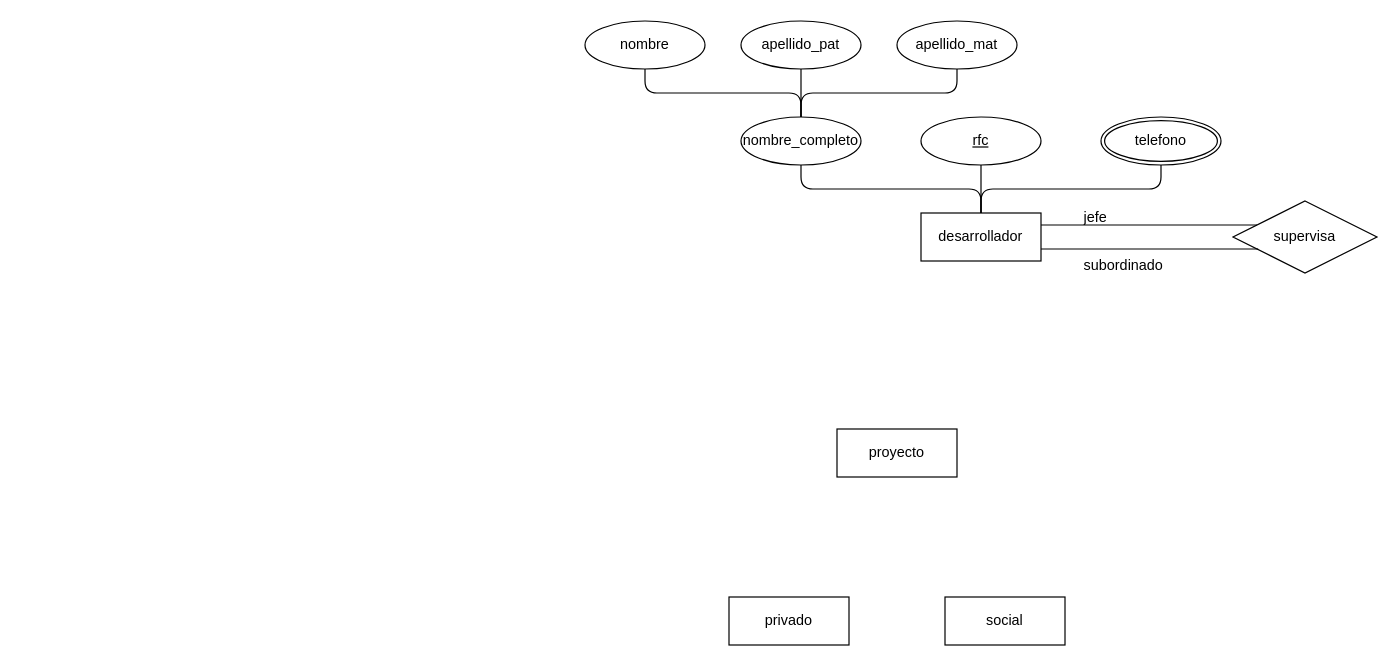
Before: Examen-Corte-2.drawio in xmr-p/DatabaseCharts, a draw.io diagram. Source tidied: cells renumbered, new cells numbered last; positions are measured from the earlier drawing's top-left corner, leaving out a move shared by most shapes. Both pictures are drawn from the tidied source at 120%, with x=0, y=0 at pixel (584, 20).
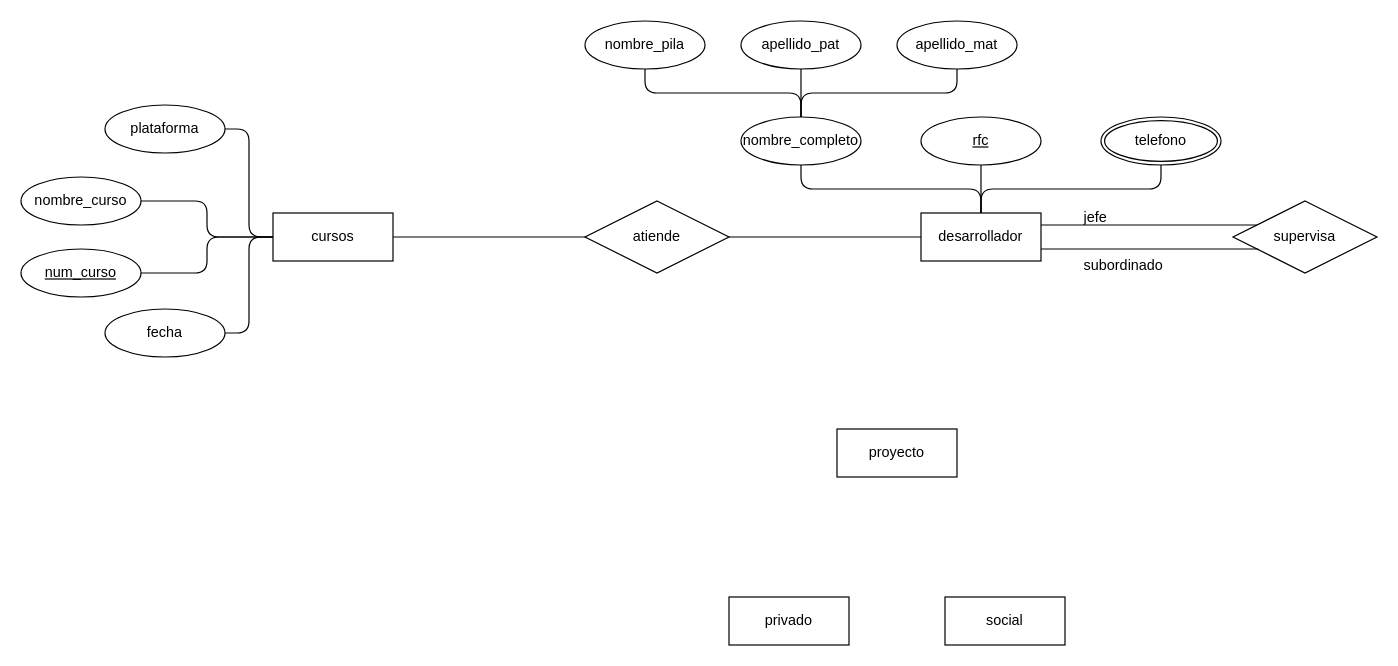
The same page after the edit.

The change refers to these unchanged cells:
```xml
<mxCell id="5" value="desarrollador" style="whiteSpace=wrap;html=1;align=center;" parent="1" vertex="1">
  <mxGeometry x="280" y="160" width="100" height="40" as="geometry" />
</mxCell>
```

What changed in the source:
```diff
@@
-    <mxCell id="15" value="nombre" style="ellipse;whiteSpace=wrap;html=1;align=center;" parent="1" vertex="1">
+    <mxCell id="15" value="nombre_pila" style="ellipse;whiteSpace=wrap;html=1;align=center;" parent="1" vertex="1">
       <mxGeometry width="100" height="40" as="geometry" />
     </mxCell>
@@
+    <mxCell id="23" style="edgeStyle=orthogonalEdgeStyle;rounded=1;jettySize=auto;html=1;exitX=1;exitY=0.5;exitDx=0;exitDy=0;entryX=0;entryY=0.5;entryDx=0;entryDy=0;curved=0;endArrow=none;endFill=0;" parent="1" edge="1" source="24" target="5">
+      <mxGeometry relative="1" as="geometry" />
+    </mxCell>
+    <mxCell id="24" value="atiende" style="shape=rhombus;perimeter=rhombusPerimeter;whiteSpace=wrap;html=1;align=center;" parent="1" vertex="1">
+      <mxGeometry y="150" width="120" height="60" as="geometry" />
+    </mxCell>
+    <mxCell id="25" style="edgeStyle=orthogonalEdgeStyle;rounded=1;jettySize=auto;html=1;exitX=1;exitY=0.5;exitDx=0;exitDy=0;entryX=0;entryY=0.5;entryDx=0;entryDy=0;curved=0;endArrow=none;endFill=0;" parent="1" edge="1" source="30" target="24">
+      <mxGeometry relative="1" as="geometry" />
+    </mxCell>
+    <mxCell id="26" style="edgeStyle=orthogonalEdgeStyle;rounded=1;jettySize=auto;html=1;exitX=0;exitY=0.5;exitDx=0;exitDy=0;entryX=1;entryY=0.5;entryDx=0;entryDy=0;curved=0;endArrow=none;endFill=0;" parent="1" edge="1" source="30" target="34">
+      <mxGeometry relative="1" as="geometry" />
+    </mxCell>
+    <mxCell id="27" style="edgeStyle=orthogonalEdgeStyle;rounded=1;jettySize=auto;html=1;exitX=0;exitY=0.5;exitDx=0;exitDy=0;entryX=1;entryY=0.5;entryDx=0;entryDy=0;curved=0;endArrow=none;endFill=0;" parent="1" edge="1" source="30" target="31">
+      <mxGeometry relative="1" as="geometry" />
+    </mxCell>
+    <mxCell id="28" style="edgeStyle=orthogonalEdgeStyle;rounded=1;jettySize=auto;html=1;exitX=0;exitY=0.5;exitDx=0;exitDy=0;entryX=1;entryY=0.5;entryDx=0;entryDy=0;curved=0;endArrow=none;endFill=0;" parent="1" edge="1" source="30" target="32">
+      <mxGeometry relative="1" as="geometry" />
+    </mxCell>
+    <mxCell id="29" style="edgeStyle=orthogonalEdgeStyle;rounded=1;jettySize=auto;html=1;exitX=0;exitY=0.5;exitDx=0;exitDy=0;entryX=1;entryY=0.5;entryDx=0;entryDy=0;curved=0;endArrow=none;endFill=0;" parent="1" edge="1" source="30" target="33">
+      <mxGeometry relative="1" as="geometry" />
+    </mxCell>
+    <mxCell id="30" value="cursos" style="whiteSpace=wrap;html=1;align=center;" parent="1" vertex="1">
+      <mxGeometry x="-260" y="160" width="100" height="40" as="geometry" />
+    </mxCell>
+    <mxCell id="31" value="num_curso" style="ellipse;whiteSpace=wrap;html=1;align=center;fontStyle=4;" parent="1" vertex="1">
+      <mxGeometry x="-470" y="190" width="100" height="40" as="geometry" />
+    </mxCell>
+    <mxCell id="32" value="plataforma" style="ellipse;whiteSpace=wrap;html=1;align=center;" parent="1" vertex="1">
+      <mxGeometry x="-400" y="70" width="100" height="40" as="geometry" />
+    </mxCell>
+    <mxCell id="33" value="fecha" style="ellipse;whiteSpace=wrap;html=1;align=center;" parent="1" vertex="1">
+      <mxGeometry x="-400" y="240" width="100" height="40" as="geometry" />
+    </mxCell>
+    <mxCell id="34" value="nombre_curso" style="ellipse;whiteSpace=wrap;html=1;align=center;" parent="1" vertex="1">
+      <mxGeometry x="-470" y="130" width="100" height="40" as="geometry" />
+    </mxCell>
```
